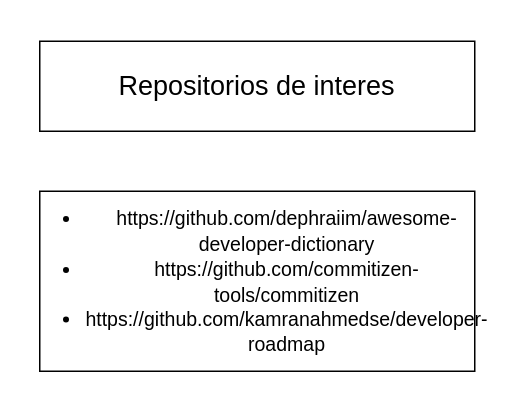
josemanuelep/my_dyagrams keeps this draw.io diagram as page "Key notes" (2 of 2) of Notas de desarrollo influx.drawio. Above is the earlier version. Source tidied: cells renumbered, new cells numbered last; positions are measured from the earlier drawing's top-left corner, leaving out a move shared by most shapes. Both pictures are drawn from the tidied source at 150%, with x=0, y=0 at pixel (39, 40).
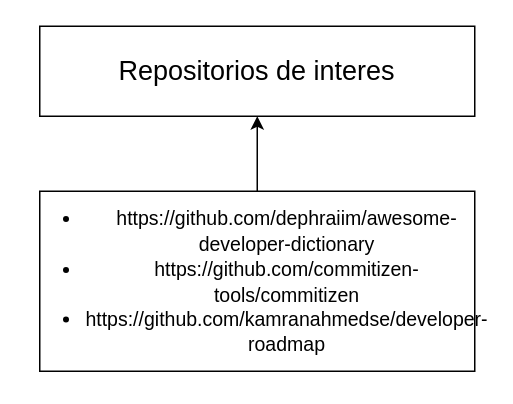
The same page after the edit.

The edit, as a diff of the source:
```diff
@@
 <mxGraphModel>
   <root>
     <mxCell id="0" />
     <mxCell id="1" parent="0" />
     <mxCell id="2" value="Repositorios de interes" style="rounded=0;whiteSpace=wrap;html=1;fontSize=18;" parent="1" vertex="1">
-      <mxGeometry width="290" height="60" as="geometry" />
+      <mxGeometry y="-10" width="290" height="60" as="geometry" />
     </mxCell>
+    <mxCell id="4" style="edgeStyle=orthogonalEdgeStyle;rounded=0;jettySize=auto;html=1;fontSize=14;" parent="1" edge="1" source="3" target="2">
+      <mxGeometry relative="1" as="geometry" />
+    </mxCell>
     <mxCell id="3" value="&lt;ul&gt;&lt;li&gt;&lt;span style=&quot;font-size: 13px&quot;&gt;https://github.com/dephraiim/awesome-developer-dictionary&lt;/span&gt;&lt;/li&gt;&lt;li&gt;&lt;span style=&quot;font-size: 13px&quot;&gt;https://github.com/commitizen-tools/commitizen&lt;/span&gt;&lt;br&gt;&lt;/li&gt;&lt;li&gt;&lt;span style=&quot;font-size: 13px&quot;&gt;https://github.com/kamranahmedse/developer-roadmap&lt;/span&gt;&lt;br&gt;&lt;/li&gt;&lt;/ul&gt;" style="rounded=0;whiteSpace=wrap;html=1;fontSize=14;" parent="1" vertex="1">
       <mxGeometry y="100" width="290" height="120" as="geometry" />
     </mxCell>
   </root>
 </mxGraphModel>
```
